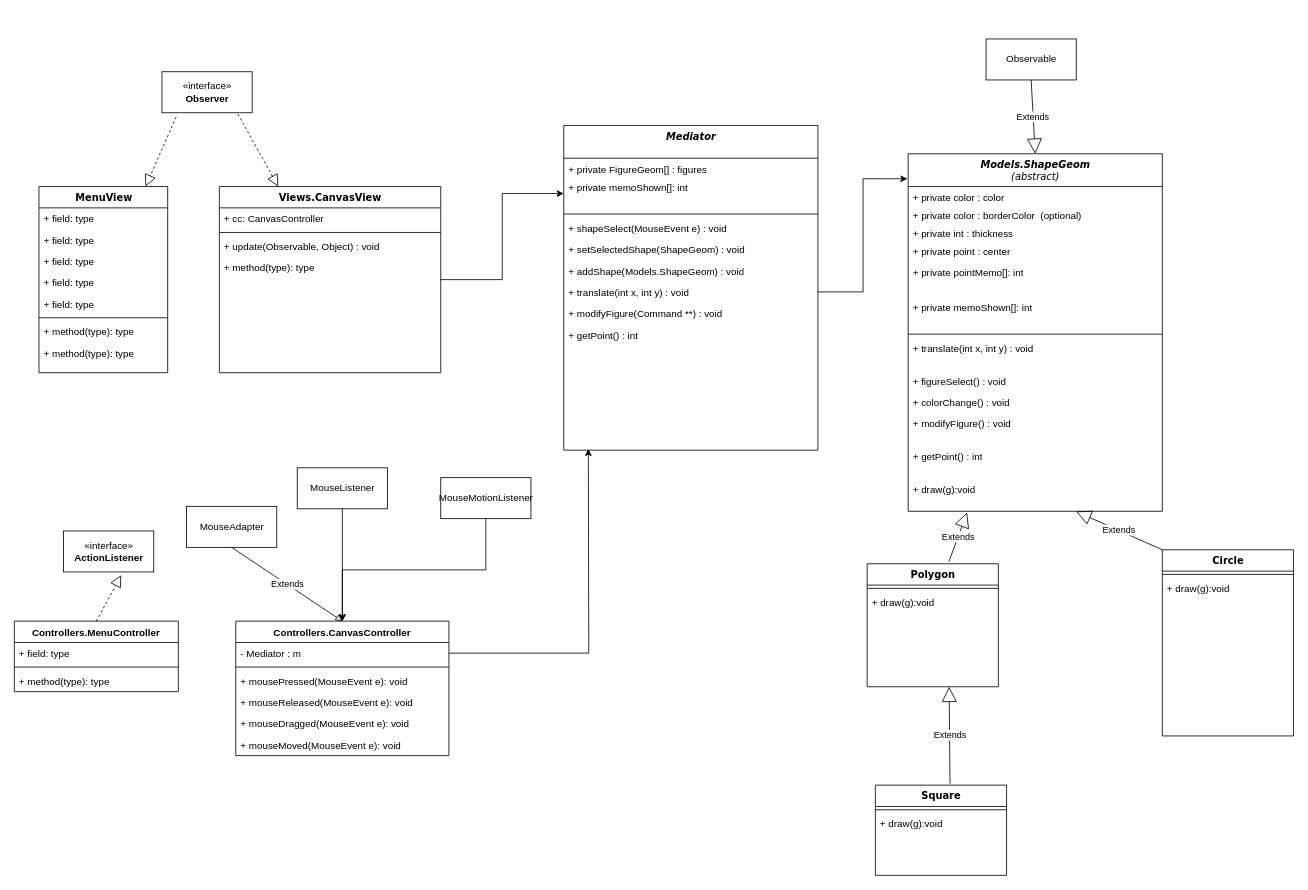
This is ClassDiagram.drawio from DrNossberg/GeomPaint, a draw.io file, before an edit. Source tidied: cells renumbered, new cells numbered last; positions are measured from the earlier drawing's top-left corner, leaving out a move shared by most shapes. Both pictures are drawn from the tidied source at 82%, with x=0, y=0 at pixel (14, 39).
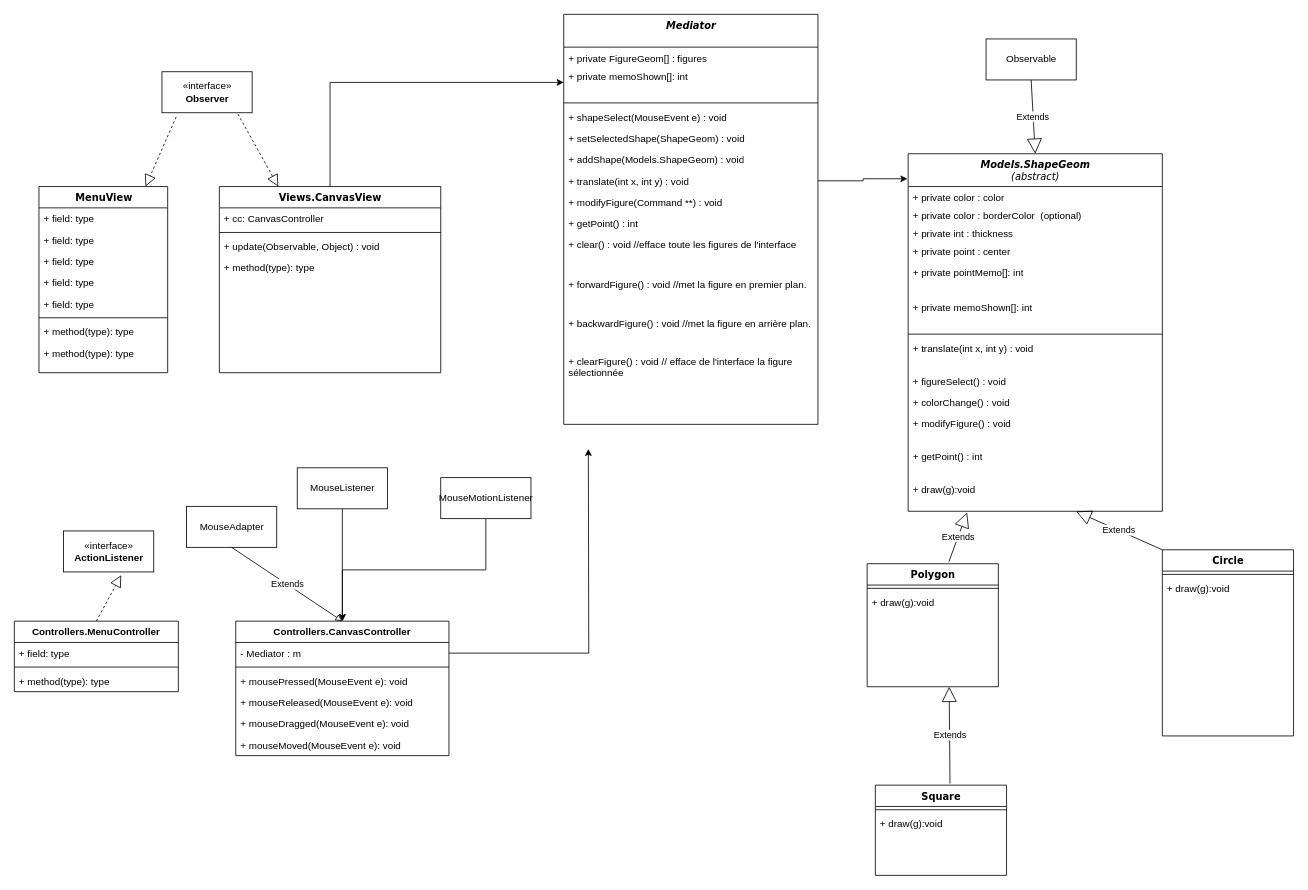
Above is the later version.

Commit message:
Ajout de methodes dans Mediator pour gérer les boutons

Change to the diagram source:
```diff
@@
     <mxCell id="31" value="&lt;div&gt;&lt;i&gt;Mediator&lt;/i&gt;&lt;/div&gt;" style="swimlane;html=1;fontStyle=1;align=center;verticalAlign=top;horizontal=1;startSize=40;swimlaneFillColor=#ffffff;rounded=0;shadow=0;comic=0;labelBackgroundColor=none;strokeWidth=1;fillColor=none;fontFamily=Verdana;fontSize=12;" parent="1" vertex="1">
-      <mxGeometry x="670" y="105.5" width="310" height="396" as="geometry" />
+      <mxGeometry x="670" y="-30" width="310" height="500" as="geometry" />
     </mxCell>
@@
+    <mxCell id="79" value="+ clear() : void //efface toute les figures de l'interface" style="text;html=1;strokeColor=none;fillColor=none;align=left;verticalAlign=top;spacingLeft=4;spacingRight=4;whiteSpace=wrap;overflow=hidden;" parent="31" vertex="1">
+      <mxGeometry y="268" width="310" height="48" as="geometry" />
+    </mxCell>
+    <mxCell id="80" value="+ forwardFigure() : void //met la figure en premier plan." style="text;html=1;strokeColor=none;fillColor=none;align=left;verticalAlign=top;spacingLeft=4;spacingRight=4;whiteSpace=wrap;overflow=hidden;" parent="31" vertex="1">
+      <mxGeometry y="316" width="310" height="48" as="geometry" />
+    </mxCell>
+    <mxCell id="81" value="+ backwardFigure() : void //met la figure en arrière plan." style="text;html=1;strokeColor=none;fillColor=none;align=left;verticalAlign=top;spacingLeft=4;spacingRight=4;whiteSpace=wrap;overflow=hidden;" parent="31" vertex="1">
+      <mxGeometry y="364" width="310" height="46" as="geometry" />
+    </mxCell>
+    <mxCell id="82" value="+ clearFigure() : void // efface de l'interface la figure sélectionnée" style="text;html=1;strokeColor=none;fillColor=none;align=left;verticalAlign=top;spacingLeft=4;spacingRight=4;whiteSpace=wrap;overflow=hidden;" parent="31" vertex="1">
+      <mxGeometry y="410" width="310" height="46" as="geometry" />
+    </mxCell>
```
